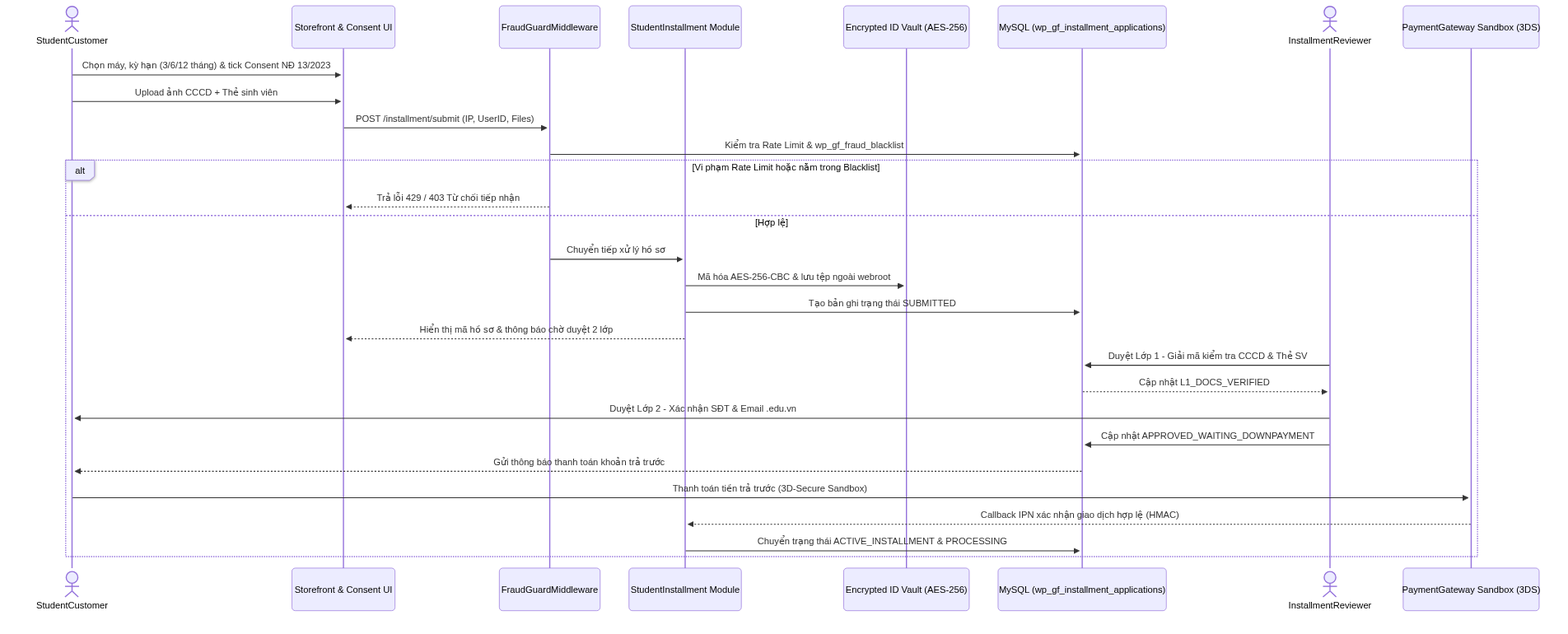
Before: 2. Quy ước và Sơ đồ UML/role4_diagrams/UC10_11_Installment_Sequence_Role4.png, a diagram exported from Mermaid (nguyenthanhtri5h-bot/EC312-GearForge-HeThongTMDT). Its source is kept beside it as 2. Quy ước và Sơ đồ UML/role4_diagrams/UC10_11_Installment_Sequence_Role4.mmd.
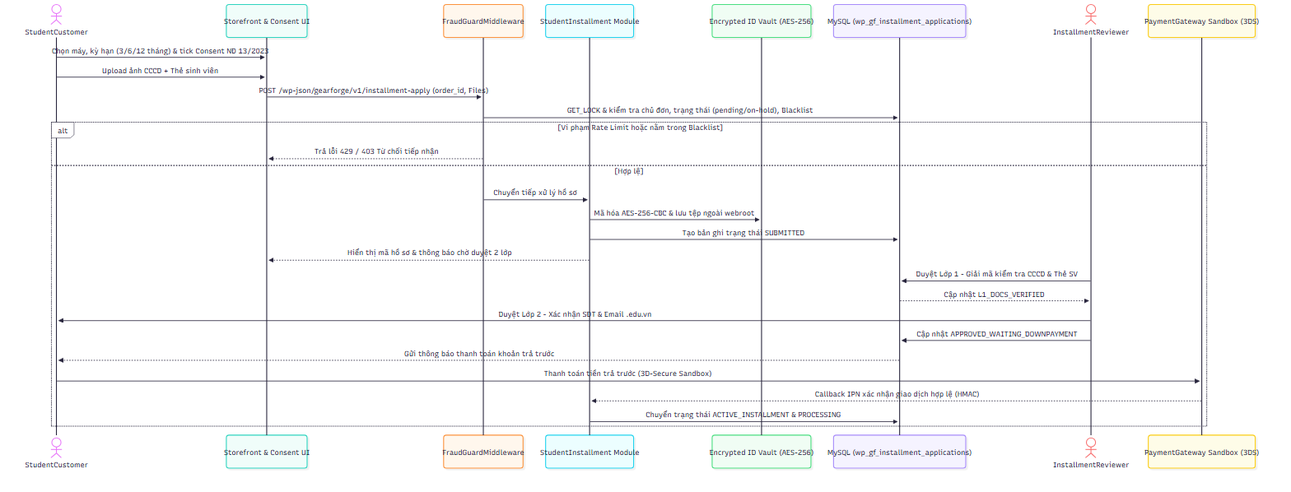
The same diagram one commit later.

Commit message:
docs(role4): cập nhật Sequence Diagram UC-10/11 và bổ sung Sequence Diagram RMA vào sơ đồ & báo cáo Word

Change to the diagram source:
```diff
@@ -10,8 +10,8 @@
 
     SV->>UI: Chọn máy, kỳ hạn (3/6/12 tháng) & tick Consent NĐ 13/2023
     SV->>UI: Upload ảnh CCCD + Thẻ sinh viên
-    UI->>FG: POST /installment/submit (IP, UserID, Files)
-    FG->>DB: Kiểm tra Rate Limit & wp_gf_fraud_blacklist
+    UI->>FG: POST /wp-json/gearforge/v1/installment-apply (order_id, Files)
+    FG->>DB: GET_LOCK & kiểm tra chủ đơn, trạng thái (pending/on-hold), Blacklist
     alt Vi phạm Rate Limit hoặc nằm trong Blacklist
         FG-->>UI: Trả lỗi 429 / 403 Từ chối tiếp nhận
     else Hợp lệ
```
